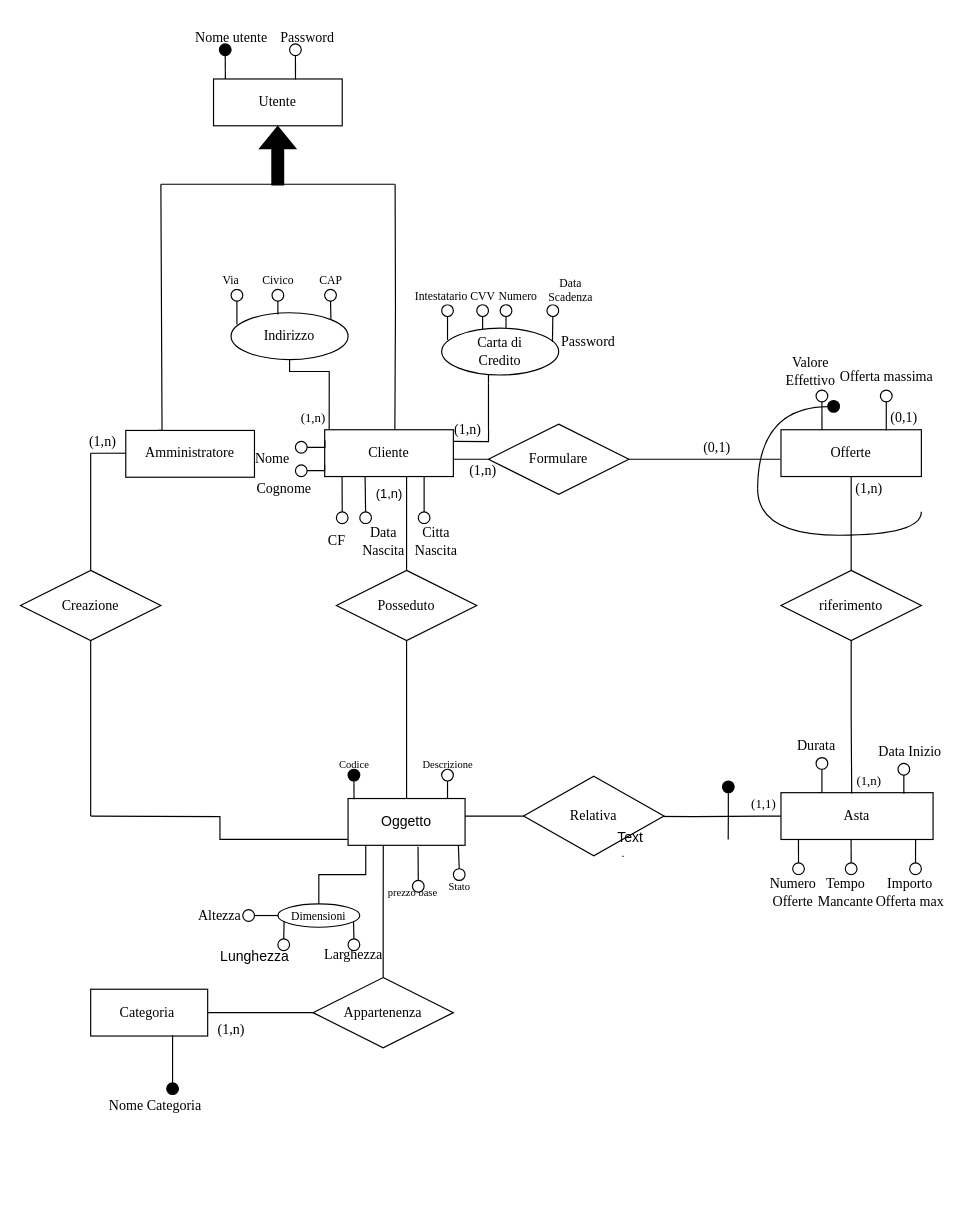
This is materiale/Schemi Base E-R/Diagramma ER finale.drawio from A-lex00/AsteOnlineBD, a draw.io file, before an edit. Source tidied: cells renumbered, new cells numbered last; positions are measured from the earlier drawing's top-left corner, leaving out a move shared by most shapes. Both pictures are drawn from the tidied source at 117%, with x=0, y=0 at pixel (20, 20).
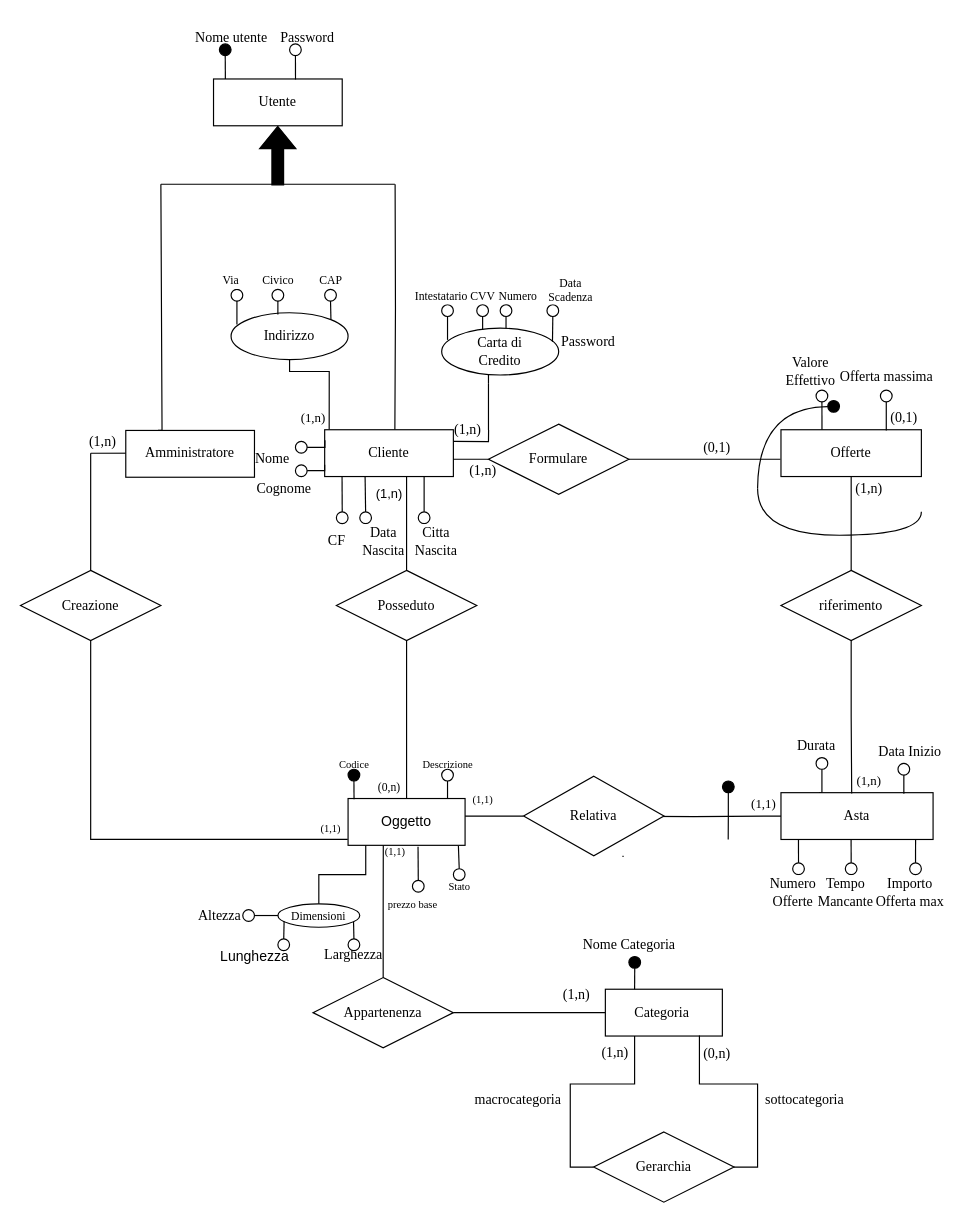
After the change.

Unchanged cells that the change refers to:
```xml
<mxCell id="58" value="Relativa" style="shape=rhombus;perimeter=rhombusPerimeter;whiteSpace=wrap;html=1;align=center;fontColor=#000000;fontFamily=Times New Roman;" parent="1" vertex="1">
  <mxGeometry x="430" y="646" width="120" height="68" as="geometry" />
</mxCell>
<mxCell id="67" value="Appartenenza" style="shape=rhombus;perimeter=rhombusPerimeter;whiteSpace=wrap;html=1;align=center;fontFamily=Times New Roman;" parent="1" vertex="1">
  <mxGeometry x="250" y="818" width="120" height="60" as="geometry" />
</mxCell>
<mxCell id="123" value="Oggetto" style="whiteSpace=wrap;html=1;align=center;" parent="1" vertex="1">
  <mxGeometry x="280" y="665" width="100" height="40" as="geometry" />
</mxCell>
```

Change to the diagram source:
```diff
@@
-    <mxCell id="59" value="Text" style="text;html=1;align=center;verticalAlign=middle;" parent="58" vertex="1">
-      <mxGeometry x="66" y="38" width="50" height="30" as="geometry" />
-    </mxCell>
     <mxCell id="60" style="edgeStyle=orthogonalEdgeStyle;shape=connector;rounded=0;jettySize=auto;html=1;strokeColor=default;align=center;verticalAlign=middle;fontFamily=Times New Roman;fontSize=11;fontColor=default;labelBackgroundColor=default;startFill=0;endArrow=none;exitX=-0.003;exitY=0.873;exitDx=0;exitDy=0;exitPerimeter=0;" parent="1" edge="1" source="123">
       <mxGeometry relative="1" as="geometry">
         <mxPoint x="60" y="680" as="targetPoint" />
+        <Array as="points">
+          <mxPoint x="60" y="700" />
+        </Array>
       </mxGeometry>
     </mxCell>
@@
+    <mxCell id="147" style="edgeStyle=orthogonalEdgeStyle;rounded=0;jettySize=auto;html=1;exitX=1;exitY=0.5;exitDx=0;exitDy=0;entryX=0;entryY=0.5;entryDx=0;entryDy=0;endArrow=none;startFill=0;" parent="1" edge="1" source="67" target="69">
+      <mxGeometry relative="1" as="geometry" />
+    </mxCell>
@@
-    <mxCell id="68" style="edgeStyle=orthogonalEdgeStyle;shape=connector;rounded=0;jettySize=auto;html=1;exitX=1;exitY=0.5;exitDx=0;exitDy=0;strokeColor=default;align=center;verticalAlign=middle;fontFamily=Times New Roman;fontSize=11;fontColor=default;labelBackgroundColor=default;startFill=0;endArrow=none;" parent="1" edge="1" source="69">
-      <mxGeometry relative="1" as="geometry">
-        <mxPoint x="250" y="848" as="targetPoint" />
-      </mxGeometry>
-    </mxCell>
     <mxCell id="69" value="Categoria&amp;nbsp;" style="whiteSpace=wrap;html=1;align=center;fontFamily=Times New Roman;" parent="1" vertex="1">
-      <mxGeometry x="60" y="828" width="100" height="40" as="geometry" />
+      <mxGeometry x="499.9" y="828" width="100" height="40" as="geometry" />
     </mxCell>
+    <mxCell id="73" style="edgeStyle=orthogonalEdgeStyle;rounded=0;jettySize=auto;html=1;exitX=0.5;exitY=1;exitDx=0;exitDy=0;entryX=0.25;entryY=0;entryDx=0;entryDy=0;endArrow=none;startFill=0;" parent="1" edge="1" source="70" target="69">
+      <mxGeometry relative="1" as="geometry" />
+    </mxCell>
     <mxCell id="70" style="ellipse;whiteSpace=wrap;html=1;fillColor=#000000;fontFamily=Times New Roman;" parent="1" vertex="1">
-      <mxGeometry x="125" y="908" width="10" height="10" as="geometry" />
+      <mxGeometry x="520" y="800" width="10" height="10" as="geometry" />
     </mxCell>
     <mxCell id="71" value="&lt;font&gt;Nome Categoria&lt;/font&gt;" style="text;html=1;align=center;verticalAlign=middle;strokeColor=none;fillColor=none;fontFamily=Times New Roman;fontSize=12;fontColor=default;labelBackgroundColor=default;" parent="1" vertex="1">
-      <mxGeometry x="65" y="913" width="100" height="30" as="geometry" />
+      <mxGeometry x="470" y="775" width="100" height="30" as="geometry" />
     </mxCell>
     <mxCell id="72" value="(1,n)" style="text;html=1;align=center;verticalAlign=middle;strokeColor=none;fillColor=none;fontFamily=Times New Roman;fontSize=12;fontColor=default;labelBackgroundColor=default;" parent="1" vertex="1">
-      <mxGeometry x="155" y="848" width="50" height="30" as="geometry" />
+      <mxGeometry x="449.9" y="818" width="50" height="30" as="geometry" />
     </mxCell>
-    <mxCell id="73" style="edgeStyle=orthogonalEdgeStyle;rounded=0;jettySize=auto;html=1;exitX=0.5;exitY=0;exitDx=0;exitDy=0;entryX=0.7;entryY=0.983;entryDx=0;entryDy=0;entryPerimeter=0;endArrow=none;startFill=0;fontFamily=Times New Roman;" parent="1" edge="1" source="70" target="69">
-      <mxGeometry relative="1" as="geometry" />
-    </mxCell>
@@
     <mxCell id="135" value="&lt;font style=&quot;font-size: 9px;&quot;&gt;prezzo base&lt;/font&gt;" style="text;html=1;align=center;verticalAlign=middle;strokeColor=none;fillColor=none;fontFamily=Times New Roman;" parent="1" vertex="1">
-      <mxGeometry x="300" y="730" width="70" height="30" as="geometry" />
+      <mxGeometry x="300" y="740" width="70" height="30" as="geometry" />
     </mxCell>
@@
+    <mxCell id="148" value="&lt;font style=&quot;font-size: 9px;&quot;&gt;(1,1)&lt;/font&gt;" style="text;html=1;align=center;verticalAlign=middle;strokeColor=none;fillColor=none;fontFamily=Times New Roman;" parent="1" vertex="1">
+      <mxGeometry x="300" y="695" width="40" height="30" as="geometry" />
+    </mxCell>
+    <mxCell id="149" value="&lt;font style=&quot;font-size: 9px;&quot;&gt;(1,1)&lt;/font&gt;" style="text;html=1;align=center;verticalAlign=middle;strokeColor=none;fillColor=none;fontFamily=Times New Roman;" parent="1" vertex="1">
+      <mxGeometry x="375" y="650" width="40" height="30" as="geometry" />
+    </mxCell>
+    <mxCell id="150" value="&lt;font style=&quot;font-size: 9px;&quot;&gt;(1,1)&lt;/font&gt;" style="text;html=1;align=center;verticalAlign=middle;strokeColor=none;fillColor=none;fontFamily=Times New Roman;" parent="1" vertex="1">
+      <mxGeometry x="245" y="675" width="40" height="30" as="geometry" />
+    </mxCell>
+    <mxCell id="151" value="&lt;font size=&quot;1&quot;&gt;(0,n)&lt;/font&gt;" style="text;html=1;align=center;verticalAlign=middle;strokeColor=none;fillColor=none;fontFamily=Times New Roman;" parent="1" vertex="1">
+      <mxGeometry x="295" y="640" width="40" height="30" as="geometry" />
+    </mxCell>
+    <mxCell id="152" style="edgeStyle=orthogonalEdgeStyle;rounded=0;jettySize=auto;html=1;exitX=0;exitY=0.5;exitDx=0;exitDy=0;entryX=0.25;entryY=1;entryDx=0;entryDy=0;endArrow=none;startFill=0;" parent="1" edge="1" source="153" target="69">
+      <mxGeometry relative="1" as="geometry" />
+    </mxCell>
+    <mxCell id="153" value="Gerarchia" style="shape=rhombus;perimeter=rhombusPerimeter;whiteSpace=wrap;html=1;align=center;fontFamily=Times New Roman;" parent="1" vertex="1">
+      <mxGeometry x="489.9" y="950" width="120" height="60" as="geometry" />
+    </mxCell>
+    <mxCell id="154" style="edgeStyle=orthogonalEdgeStyle;rounded=0;jettySize=auto;html=1;exitX=1;exitY=0.5;exitDx=0;exitDy=0;entryX=0.804;entryY=0.986;entryDx=0;entryDy=0;entryPerimeter=0;endArrow=none;startFill=0;" parent="1" edge="1" source="153" target="69">
+      <mxGeometry relative="1" as="geometry">
+        <Array as="points">
+          <mxPoint x="630" y="980" />
+          <mxPoint x="630" y="909" />
+          <mxPoint x="580" y="909" />
+        </Array>
+      </mxGeometry>
+    </mxCell>
+    <mxCell id="155" value="(0,n)" style="text;html=1;align=center;verticalAlign=middle;strokeColor=none;fillColor=none;fontFamily=Times New Roman;fontSize=12;fontColor=default;labelBackgroundColor=default;" parent="1" vertex="1">
+      <mxGeometry x="570" y="868" width="50" height="30" as="geometry" />
+    </mxCell>
+    <mxCell id="156" value="&lt;font face=&quot;Times New Roman&quot;&gt;sottocategoria&lt;/font&gt;" style="text;html=1;align=center;verticalAlign=middle;strokeColor=none;fillColor=none;" parent="1" vertex="1">
+      <mxGeometry x="625" y="908" width="90" height="30" as="geometry" />
+    </mxCell>
+    <mxCell id="157" value="&lt;span style=&quot;color: rgb(0, 0, 0); font-family: &amp;quot;Times New Roman&amp;quot;; font-size: 12px; font-style: normal; font-variant-ligatures: normal; font-variant-caps: normal; font-weight: 400; letter-spacing: normal; orphans: 2; text-align: center; text-indent: 0px; text-transform: none; widows: 2; word-spacing: 0px; -webkit-text-stroke-width: 0px; white-space: nowrap; background-color: rgb(255, 255, 255); text-decoration-thickness: initial; text-decoration-style: initial; text-decoration-color: initial; float: none; display: inline !important;&quot;&gt;(1,n)&lt;/span&gt;" style="text;whiteSpace=wrap;html=1;" parent="1" vertex="1">
+      <mxGeometry x="495" y="868" width="60" height="40" as="geometry" />
+    </mxCell>
+    <mxCell id="158" value="&lt;font face=&quot;Times New Roman&quot;&gt;macrocategoria&lt;/font&gt;" style="text;html=1;align=center;verticalAlign=middle;strokeColor=none;fillColor=none;" parent="1" vertex="1">
+      <mxGeometry x="375" y="908" width="100" height="30" as="geometry" />
+    </mxCell>
```
